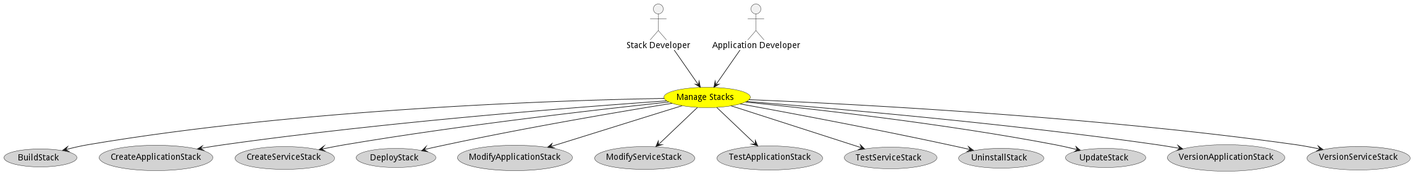
This is docs/edgemere/sml/so/usecases/managestacks/Activities.png from madajaju/edgemere, a PlantUML export, as it was before one commit. Source of this version:
```plantuml
@startuml


usecase "Manage Stacks" as ManageStacks #yellow

Actor "Stack Developer" as StackDeveloper

StackDeveloper --> ManageStacks

Actor "Application Developer" as ApplicationDeveloper

ApplicationDeveloper --> ManageStacks



usecase "BuildStack" as BuildStack #lightgrey

ManageStacks --> BuildStack

usecase "CreateApplicationStack" as CreateApplicationStack #lightgrey

ManageStacks --> CreateApplicationStack

usecase "CreateServiceStack" as CreateServiceStack #lightgrey

ManageStacks --> CreateServiceStack

usecase "DeployStack" as DeployStack #lightgrey

ManageStacks --> DeployStack

usecase "ModifyApplicationStack" as ModifyApplicationStack #lightgrey

ManageStacks --> ModifyApplicationStack

usecase "ModifyServiceStack" as ModifyServiceStack #lightgrey

ManageStacks --> ModifyServiceStack

usecase "TestApplicationStack" as TestApplicationStack #lightgrey

ManageStacks --> TestApplicationStack

usecase "TestServiceStack" as TestServiceStack #lightgrey

ManageStacks --> TestServiceStack

usecase "UninstallStack" as UninstallStack #lightgrey

ManageStacks --> UninstallStack

usecase "UpdateStack" as UpdateStack #lightgrey

ManageStacks --> UpdateStack

usecase "VersionApplicationStack" as VersionApplicationStack #lightgrey

ManageStacks --> VersionApplicationStack

usecase "VersionServiceStack" as VersionServiceStack #lightgrey

ManageStacks --> VersionServiceStack









@enduml
```
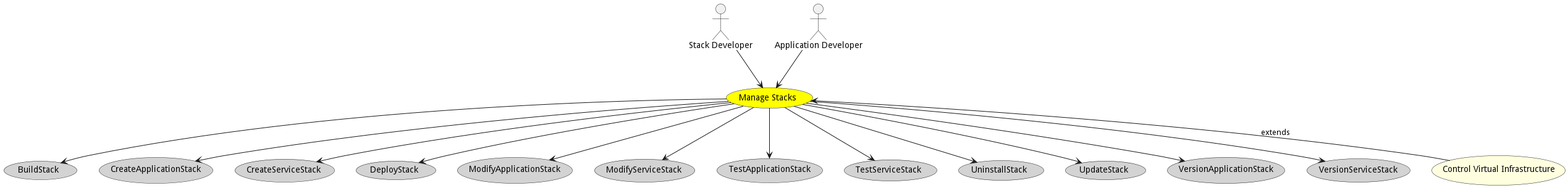
The same file after the commit.

The edit, as a diff of the source:
```diff
@@ -63,6 +63,10 @@
 
 
 
+usecase "Control Virtual Infrastructure" as ControlVirtualInfrastructure #lightyellow
+
+ManageStacks <-- ControlVirtualInfrastructure : extends
+
 
 
 
```
